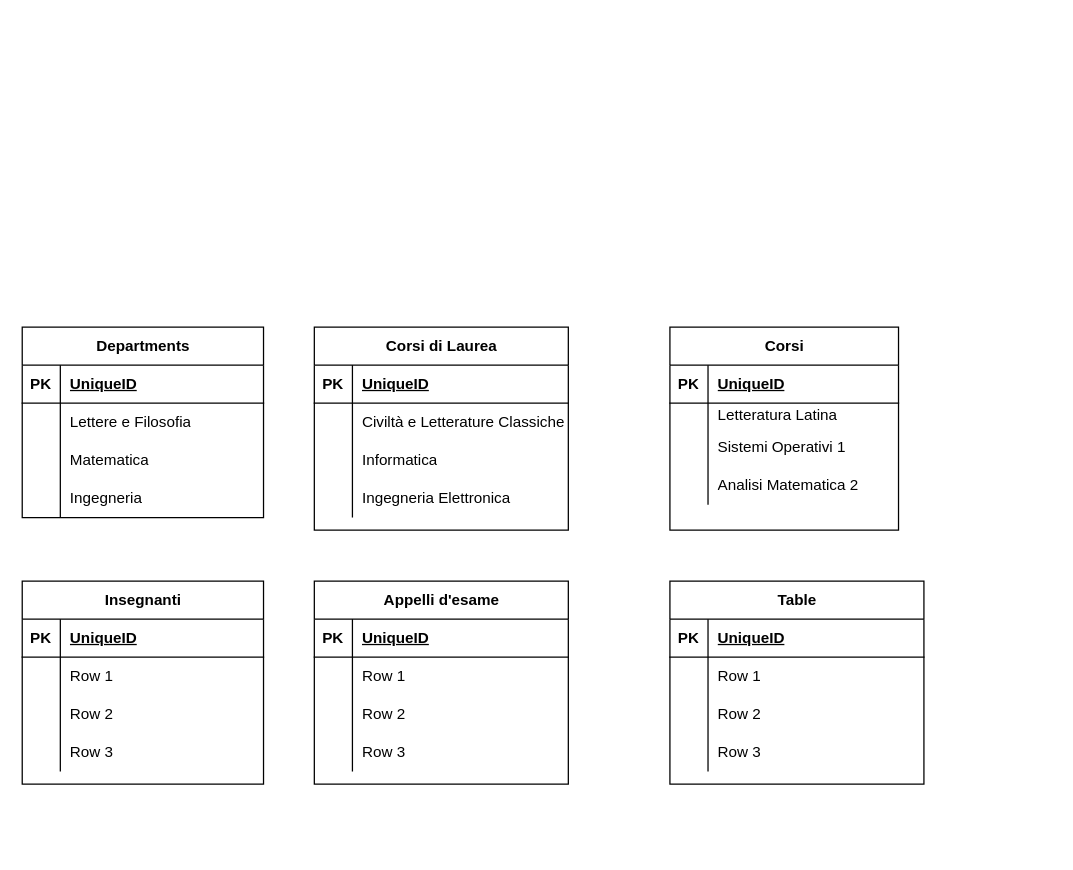
This is university.drawio from alessandrofalcoo/db-university, a draw.io file, before an edit. Source tidied: cells renumbered, new cells numbered last; positions are measured from the earlier drawing's top-left corner, leaving out a move shared by most shapes. Both pictures are drawn from the tidied source at 127%, with x=0, y=0 at pixel (22, 326).
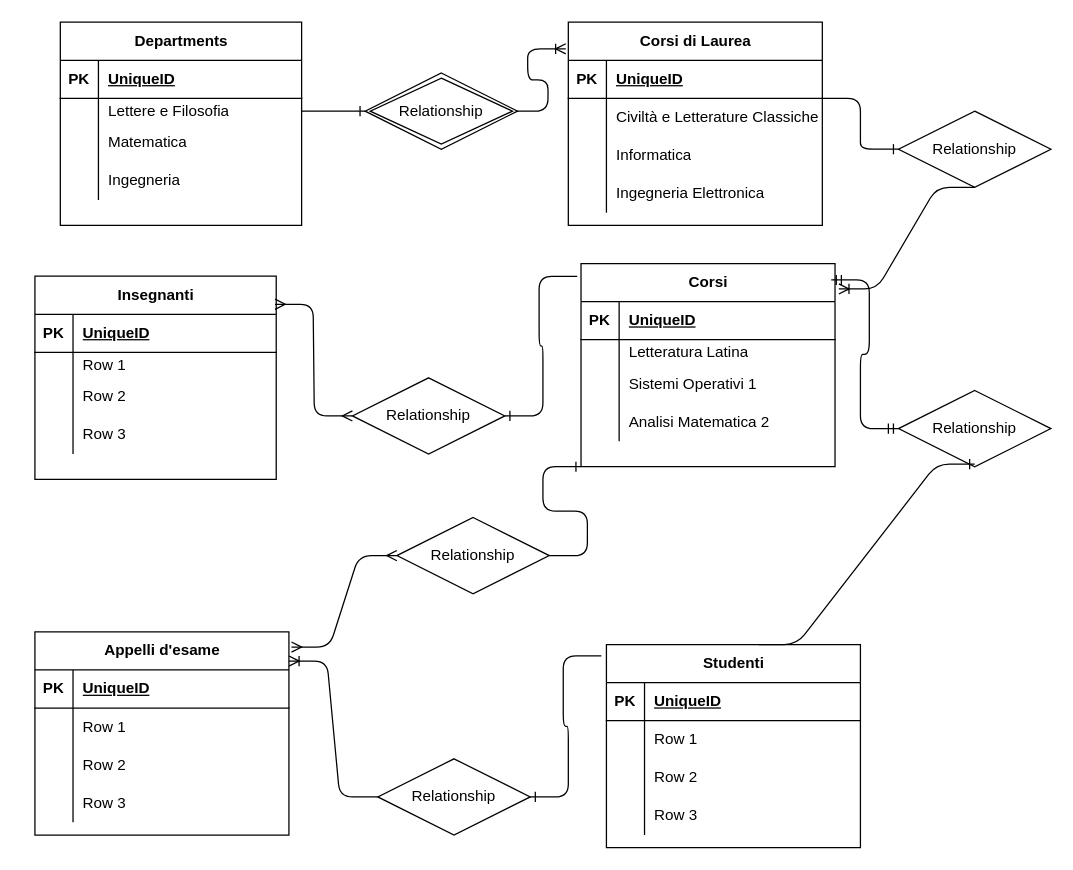
The same diagram, later.

Commit message:
Update university.drawio layout and add relationships between entities

Change to the diagram source:
```diff
@@
     <mxCell id="2" value="Departments" style="shape=table;startSize=30;childLayout=tableLayout;rowLines=0;fontStyle=1;align=center;html=1;" parent="1" vertex="1">
-      <mxGeometry width="190" height="150" as="geometry" />
+      <mxGeometry x="30" y="-240" width="190" height="160" as="geometry" />
     </mxCell>
@@
     <mxCell id="6" style="shape=tableRow;horizontal=0;startSize=0;swimlaneHead=0;swimlaneBody=0;fillColor=none;points=[[0,0.5],[1,0.5]];portConstraint=eastwest;top=0;left=0;right=0;bottom=0;" parent="2" vertex="1">
-      <mxGeometry y="60" width="190" height="30" as="geometry" />
+      <mxGeometry y="60" width="190" height="20" as="geometry" />
     </mxCell>
     <mxCell id="7" style="shape=partialRectangle;fillColor=none;top=0;left=0;bottom=0;right=0;overflow=hidden;whiteSpace=wrap;html=1;" parent="6" vertex="1">
-      <mxGeometry width="30" height="30" as="geometry" />
+      <mxGeometry width="30" height="20" as="geometry" />
     </mxCell>
     <mxCell id="8" value="Lettere e Filosofia" style="shape=partialRectangle;fillColor=none;top=0;left=0;bottom=0;right=0;align=left;spacingLeft=6;overflow=hidden;whiteSpace=wrap;html=1;" parent="6" vertex="1">
-      <mxGeometry x="30" width="160" height="30" as="geometry" />
+      <mxGeometry x="30" width="160" height="20" as="geometry" />
     </mxCell>
     <mxCell id="9" style="shape=tableRow;horizontal=0;startSize=0;swimlaneHead=0;swimlaneBody=0;fillColor=none;top=0;left=0;right=0;bottom=0;" parent="2" vertex="1">
-      <mxGeometry y="90" width="190" height="30" as="geometry" />
+      <mxGeometry y="80" width="190" height="30" as="geometry" />
     </mxCell>
@@
     <mxCell id="12" style="shape=tableRow;horizontal=0;startSize=0;swimlaneHead=0;swimlaneBody=0;fillColor=none;top=0;left=0;right=0;bottom=0;" parent="2" vertex="1">
-      <mxGeometry y="120" width="190" height="30" as="geometry" />
+      <mxGeometry y="110" width="190" height="30" as="geometry" />
     </mxCell>
@@
     <mxCell id="15" value="Corsi di Laurea" style="shape=table;startSize=30;childLayout=tableLayout;rowLines=0;fontStyle=1;align=center;html=1;" parent="1" vertex="1">
-      <mxGeometry x="230" width="200" height="160" as="geometry" />
+      <mxGeometry x="430" y="-240" width="200" height="160" as="geometry" />
     </mxCell>
@@
     <mxCell id="28" value="Corsi" style="shape=table;startSize=30;childLayout=tableLayout;rowLines=0;fontStyle=1;align=center;html=1;" parent="1" vertex="1">
-      <mxGeometry x="510" width="180" height="160" as="geometry" />
+      <mxGeometry x="440" y="-50" width="200" height="160" as="geometry" />
     </mxCell>
     <mxCell id="29" style="shape=tableRow;horizontal=0;startSize=0;swimlaneHead=0;swimlaneBody=0;fillColor=none;top=0;left=0;right=0;bottom=1;" parent="28" vertex="1">
-      <mxGeometry y="30" width="180" height="30" as="geometry" />
+      <mxGeometry y="30" width="200" height="30" as="geometry" />
     </mxCell>
@@
     <mxCell id="31" value="UniqueID" style="shape=partialRectangle;fillColor=none;top=0;left=0;bottom=0;right=0;align=left;spacingLeft=6;fontStyle=5;overflow=hidden;whiteSpace=wrap;html=1;" parent="29" vertex="1">
-      <mxGeometry x="30" width="150" height="30" as="geometry" />
+      <mxGeometry x="30" width="170" height="30" as="geometry" />
     </mxCell>
     <mxCell id="32" style="shape=tableRow;horizontal=0;startSize=0;swimlaneHead=0;swimlaneBody=0;fillColor=none;top=0;left=0;right=0;bottom=0;" parent="28" vertex="1">
-      <mxGeometry y="60" width="180" height="20" as="geometry" />
+      <mxGeometry y="60" width="200" height="20" as="geometry" />
     </mxCell>
@@
     <mxCell id="34" value="Letteratura Latina" style="shape=partialRectangle;fillColor=none;top=0;left=0;bottom=0;right=0;align=left;spacingLeft=6;overflow=hidden;whiteSpace=wrap;html=1;" parent="32" vertex="1">
-      <mxGeometry x="30" width="150" height="20" as="geometry" />
+      <mxGeometry x="30" width="170" height="20" as="geometry" />
     </mxCell>
     <mxCell id="35" style="shape=tableRow;horizontal=0;startSize=0;swimlaneHead=0;swimlaneBody=0;fillColor=none;top=0;left=0;right=0;bottom=0;" parent="28" vertex="1">
-      <mxGeometry y="80" width="180" height="30" as="geometry" />
+      <mxGeometry y="80" width="200" height="30" as="geometry" />
     </mxCell>
@@
     <mxCell id="37" value="Sistemi Operativi 1" style="shape=partialRectangle;fillColor=none;top=0;left=0;bottom=0;right=0;align=left;spacingLeft=6;overflow=hidden;whiteSpace=wrap;html=1;" parent="35" vertex="1">
-      <mxGeometry x="30" width="150" height="30" as="geometry" />
+      <mxGeometry x="30" width="170" height="30" as="geometry" />
     </mxCell>
     <mxCell id="38" style="shape=tableRow;horizontal=0;startSize=0;swimlaneHead=0;swimlaneBody=0;fillColor=none;top=0;left=0;right=0;bottom=0;" parent="28" vertex="1">
-      <mxGeometry y="110" width="180" height="30" as="geometry" />
+      <mxGeometry y="110" width="200" height="30" as="geometry" />
     </mxCell>
@@
     <mxCell id="40" value="Analisi Matematica 2" style="shape=partialRectangle;fillColor=none;top=0;left=0;bottom=0;right=0;align=left;spacingLeft=6;overflow=hidden;whiteSpace=wrap;html=1;" parent="38" vertex="1">
-      <mxGeometry x="30" width="150" height="30" as="geometry" />
+      <mxGeometry x="30" width="170" height="30" as="geometry" />
     </mxCell>
     <mxCell id="41" value="Insegnanti" style="shape=table;startSize=30;childLayout=tableLayout;rowLines=0;fontStyle=1;align=center;html=1;" parent="1" vertex="1">
-      <mxGeometry y="200" width="190" height="160" as="geometry" />
+      <mxGeometry x="10" y="-40" width="190" height="160" as="geometry" />
     </mxCell>
@@
     <mxCell id="45" style="shape=tableRow;horizontal=0;startSize=0;swimlaneHead=0;swimlaneBody=0;fillColor=none;top=0;left=0;right=0;bottom=0;" parent="41" vertex="1">
-      <mxGeometry y="60" width="190" height="30" as="geometry" />
+      <mxGeometry y="60" width="190" height="20" as="geometry" />
     </mxCell>
     <mxCell id="46" style="shape=partialRectangle;fillColor=none;top=0;left=0;bottom=0;right=0;overflow=hidden;whiteSpace=wrap;html=1;" parent="45" vertex="1">
-      <mxGeometry width="30" height="30" as="geometry" />
+      <mxGeometry width="30" height="20" as="geometry" />
     </mxCell>
     <mxCell id="47" value="Row 1" style="shape=partialRectangle;fillColor=none;top=0;left=0;bottom=0;right=0;align=left;spacingLeft=6;overflow=hidden;whiteSpace=wrap;html=1;" parent="45" vertex="1">
-      <mxGeometry x="30" width="160" height="30" as="geometry" />
+      <mxGeometry x="30" width="160" height="20" as="geometry" />
     </mxCell>
     <mxCell id="48" style="shape=tableRow;horizontal=0;startSize=0;swimlaneHead=0;swimlaneBody=0;fillColor=none;top=0;left=0;right=0;bottom=0;" parent="41" vertex="1">
-      <mxGeometry y="90" width="190" height="30" as="geometry" />
+      <mxGeometry y="80" width="190" height="30" as="geometry" />
     </mxCell>
@@
     <mxCell id="51" style="shape=tableRow;horizontal=0;startSize=0;swimlaneHead=0;swimlaneBody=0;fillColor=none;top=0;left=0;right=0;bottom=0;" parent="41" vertex="1">
-      <mxGeometry y="120" width="190" height="30" as="geometry" />
+      <mxGeometry y="110" width="190" height="30" as="geometry" />
     </mxCell>
@@
     <mxCell id="54" value="Appelli d'esame" style="shape=table;startSize=30;childLayout=tableLayout;rowLines=0;fontStyle=1;align=center;html=1;" parent="1" vertex="1">
-      <mxGeometry x="230" y="200" width="200" height="160" as="geometry" />
+      <mxGeometry x="10" y="240" width="200" height="160" as="geometry" />
     </mxCell>
@@
-    <mxCell id="67" value="Table" style="shape=table;startSize=30;childLayout=tableLayout;rowLines=0;fontStyle=1;align=center;html=1;" parent="1" vertex="1">
-      <mxGeometry x="510" y="200" width="200" height="160" as="geometry" />
+    <mxCell id="67" value="Studenti" style="shape=table;startSize=30;childLayout=tableLayout;rowLines=0;fontStyle=1;align=center;html=1;" parent="1" vertex="1">
+      <mxGeometry x="460" y="250" width="200" height="160" as="geometry" />
     </mxCell>
@@
+    <mxCell id="80" style="edgeStyle=entityRelationEdgeStyle;fontSize=12;html=1;endArrow=ERoneToMany;exitX=0.989;exitY=-0.1;exitDx=0;exitDy=0;exitPerimeter=0;entryX=-0.01;entryY=0.131;entryDx=0;entryDy=0;entryPerimeter=0;" parent="1" edge="1" target="15">
+      <mxGeometry relative="1" as="geometry">
+        <mxPoint x="384" y="-170" as="sourcePoint" />
+        <Array as="points">
+          <mxPoint x="536.1" y="-158" />
+          <mxPoint x="416.1" y="-138" />
+        </Array>
+      </mxGeometry>
+    </mxCell>
+    <mxCell id="81" value="Relationship" style="shape=rhombus;double=1;perimeter=rhombusPerimeter;whiteSpace=wrap;html=1;align=center;" parent="1" vertex="1">
+      <mxGeometry x="270" y="-200" width="120" height="60" as="geometry" />
+    </mxCell>
+    <mxCell id="82" style="edgeStyle=entityRelationEdgeStyle;fontSize=12;html=1;endArrow=ERone;endFill=1;exitX=1;exitY=0.5;exitDx=0;exitDy=0;" parent="1" edge="1" source="6">
+      <mxGeometry relative="1" as="geometry">
+        <mxPoint x="270" y="-170" as="targetPoint" />
+      </mxGeometry>
+    </mxCell>
+    <mxCell id="83" value="Relationship" style="shape=rhombus;perimeter=rhombusPerimeter;whiteSpace=wrap;html=1;align=center;" parent="1" vertex="1">
+      <mxGeometry x="690" y="-170" width="120" height="60" as="geometry" />
+    </mxCell>
+    <mxCell id="84" style="edgeStyle=entityRelationEdgeStyle;fontSize=12;html=1;endArrow=ERone;endFill=1;" parent="1" edge="1" target="83">
+      <mxGeometry relative="1" as="geometry">
+        <mxPoint x="630" y="-180" as="sourcePoint" />
+      </mxGeometry>
+    </mxCell>
+    <mxCell id="85" style="edgeStyle=entityRelationEdgeStyle;fontSize=12;html=1;endArrow=ERoneToMany;exitX=0.5;exitY=1;exitDx=0;exitDy=0;exitPerimeter=0;entryX=1.015;entryY=0.125;entryDx=0;entryDy=0;entryPerimeter=0;" parent="1" edge="1" source="83" target="28">
+      <mxGeometry relative="1" as="geometry" />
+    </mxCell>
+    <mxCell id="86" value="Relationship" style="shape=rhombus;perimeter=rhombusPerimeter;whiteSpace=wrap;html=1;align=center;" parent="1" vertex="1">
+      <mxGeometry x="260" y="40" width="120" height="60" as="geometry" />
+    </mxCell>
+    <mxCell id="87" value="Relationship" style="shape=rhombus;perimeter=rhombusPerimeter;whiteSpace=wrap;html=1;align=center;" parent="1" vertex="1">
+      <mxGeometry x="295" y="150" width="120" height="60" as="geometry" />
+    </mxCell>
+    <mxCell id="88" style="edgeStyle=entityRelationEdgeStyle;fontSize=12;html=1;endArrow=ERmany;startArrow=ERmany;entryX=0;entryY=0.5;entryDx=0;entryDy=0;exitX=0.995;exitY=0.138;exitDx=0;exitDy=0;exitPerimeter=0;" parent="1" edge="1" source="41" target="86">
+      <mxGeometry relative="1" as="geometry" />
+    </mxCell>
+    <mxCell id="89" style="edgeStyle=entityRelationEdgeStyle;fontSize=12;html=1;endArrow=ERone;endFill=1;entryX=1;entryY=0.5;entryDx=0;entryDy=0;exitX=-0.015;exitY=0.063;exitDx=0;exitDy=0;exitPerimeter=0;" parent="1" edge="1" source="28" target="86">
+      <mxGeometry relative="1" as="geometry" />
+    </mxCell>
+    <mxCell id="90" style="edgeStyle=entityRelationEdgeStyle;fontSize=12;html=1;endArrow=ERone;endFill=1;entryX=0;entryY=1;entryDx=0;entryDy=0;" parent="1" edge="1" source="87" target="28">
+      <mxGeometry relative="1" as="geometry" />
+    </mxCell>
+    <mxCell id="91" style="edgeStyle=entityRelationEdgeStyle;fontSize=12;html=1;endArrow=ERmany;startArrow=ERmany;entryX=0;entryY=0.5;entryDx=0;entryDy=0;exitX=1.01;exitY=0.075;exitDx=0;exitDy=0;exitPerimeter=0;" parent="1" edge="1" source="54" target="87">
+      <mxGeometry relative="1" as="geometry" />
+    </mxCell>
+    <mxCell id="92" value="Relationship" style="shape=rhombus;perimeter=rhombusPerimeter;whiteSpace=wrap;html=1;align=center;" parent="1" vertex="1">
+      <mxGeometry x="690" y="50" width="120" height="60" as="geometry" />
+    </mxCell>
+    <mxCell id="93" style="edgeStyle=entityRelationEdgeStyle;fontSize=12;html=1;endArrow=ERone;endFill=1;exitX=0.6;exitY=0;exitDx=0;exitDy=0;exitPerimeter=0;" parent="1" edge="1" source="67">
+      <mxGeometry relative="1" as="geometry">
+        <mxPoint x="750" y="108" as="targetPoint" />
+      </mxGeometry>
+    </mxCell>
+    <mxCell id="94" style="edgeStyle=entityRelationEdgeStyle;fontSize=12;html=1;endArrow=ERmandOne;startArrow=ERmandOne;entryX=0;entryY=0.5;entryDx=0;entryDy=0;exitX=0.985;exitY=0.081;exitDx=0;exitDy=0;exitPerimeter=0;" parent="1" edge="1" source="28" target="92">
+      <mxGeometry relative="1" as="geometry" />
+    </mxCell>
+    <mxCell id="95" value="Relationship" style="shape=rhombus;perimeter=rhombusPerimeter;whiteSpace=wrap;html=1;align=center;" parent="1" vertex="1">
+      <mxGeometry x="280" y="340" width="120" height="60" as="geometry" />
+    </mxCell>
+    <mxCell id="96" style="edgeStyle=entityRelationEdgeStyle;fontSize=12;html=1;endArrow=ERoneToMany;entryX=1;entryY=0.144;entryDx=0;entryDy=0;entryPerimeter=0;exitX=0;exitY=0.5;exitDx=0;exitDy=0;" parent="1" edge="1" source="95" target="54">
+      <mxGeometry relative="1" as="geometry" />
+    </mxCell>
+    <mxCell id="97" style="edgeStyle=entityRelationEdgeStyle;fontSize=12;html=1;endArrow=ERone;endFill=1;exitX=-0.02;exitY=0.056;exitDx=0;exitDy=0;exitPerimeter=0;" parent="1" edge="1" source="67" target="95">
+      <mxGeometry relative="1" as="geometry" />
+    </mxCell>
```
